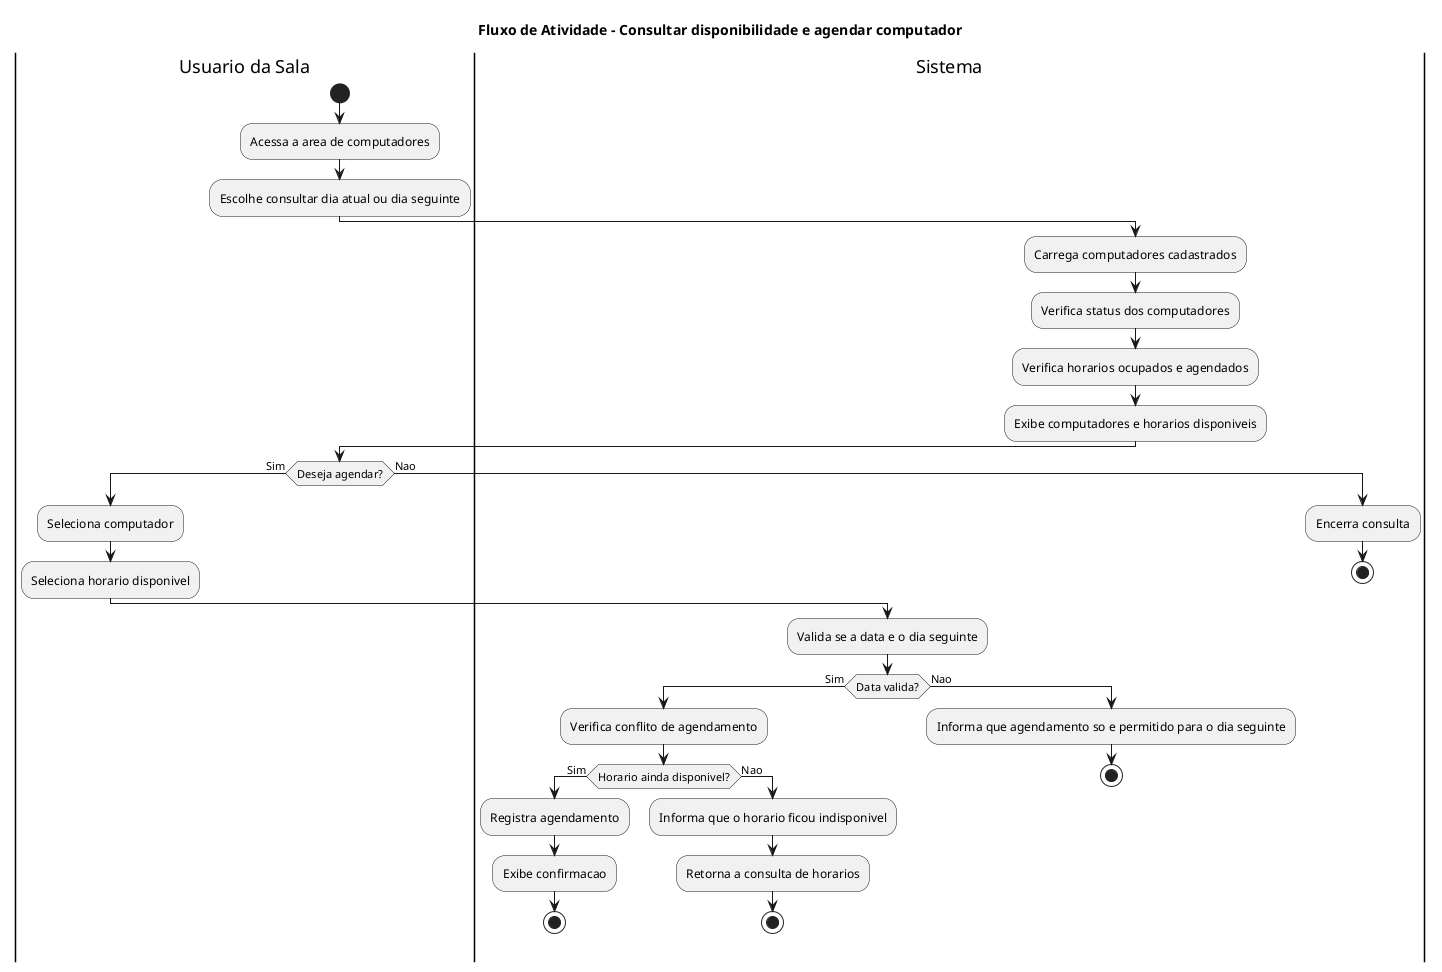
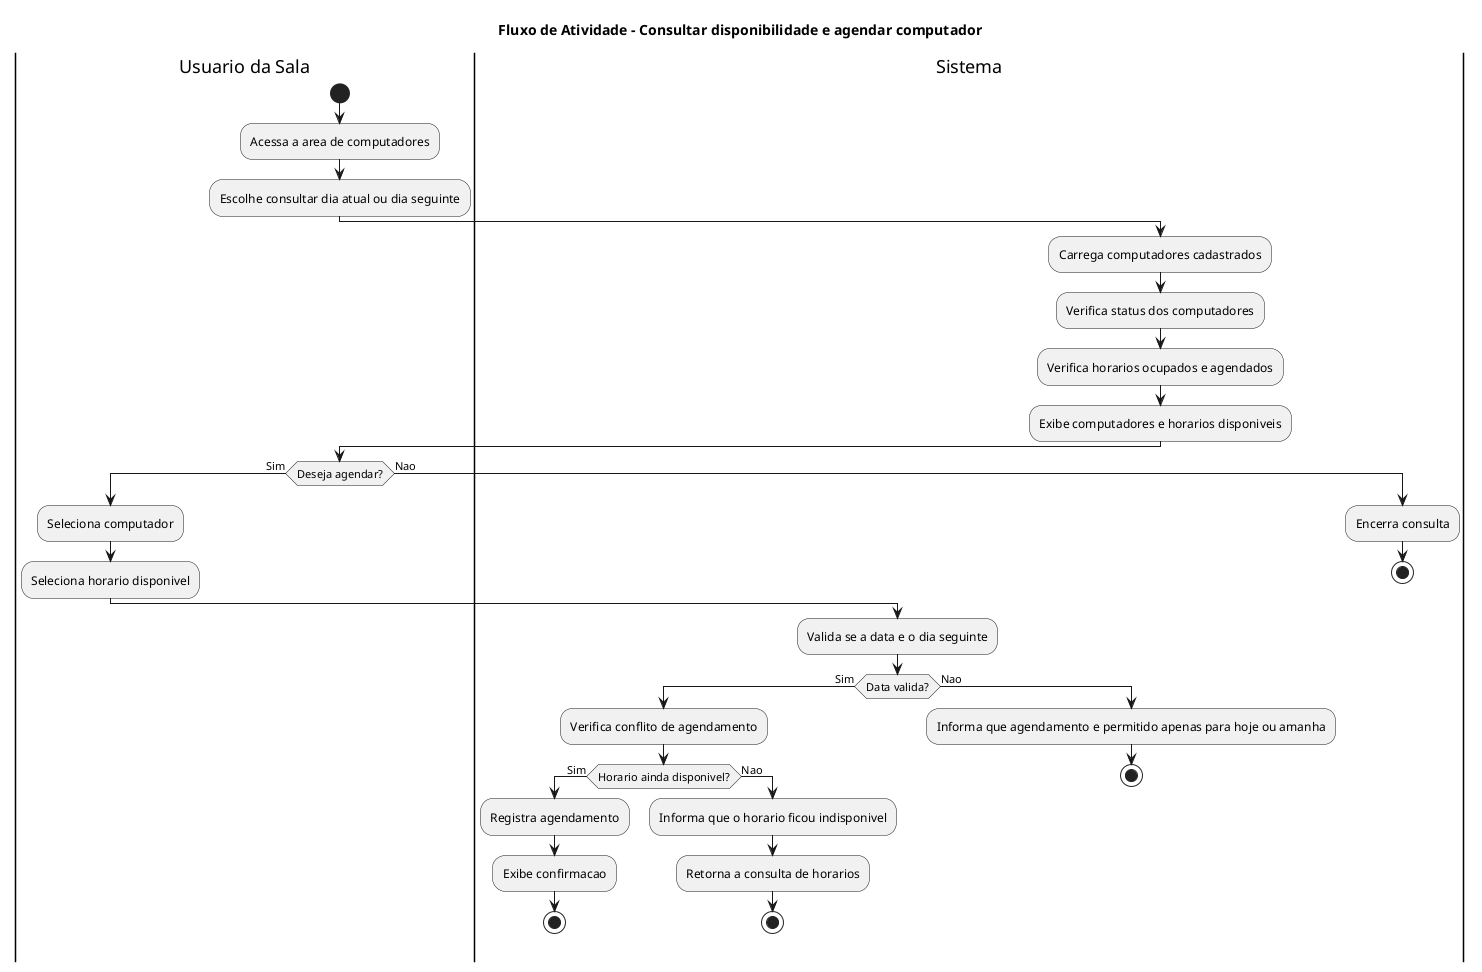
@startuml
title Fluxo de Atividade - Consultar disponibilidade e agendar computador

|Usuario da Sala|
start
:Acessa a area de computadores;
:Escolhe consultar dia atual ou dia seguinte;

|Sistema|
:Carrega computadores cadastrados;
:Verifica status dos computadores;
:Verifica horarios ocupados e agendados;
:Exibe computadores e horarios disponiveis;

|Usuario da Sala|
if (Deseja agendar?) then (Sim)
  :Seleciona computador;
  :Seleciona horario disponivel;

  |Sistema|
  :Valida se a data e o dia seguinte;
  if (Data valida?) then (Sim)
    :Verifica conflito de agendamento;
    if (Horario ainda disponivel?) then (Sim)
      :Registra agendamento;
      :Exibe confirmacao;
      stop
    else (Nao)
      :Informa que o horario ficou indisponivel;
      :Retorna a consulta de horarios;
      stop
    endif
-   else (Nao)
-     :Informa que agendamento so e permitido para o dia seguinte;
-     stop
-   endif
+    else (Nao)
+      :Informa que agendamento e permitido apenas para hoje ou amanha;
+      stop
+    endif

else (Nao)
  :Encerra consulta;
  stop
endif

@enduml
